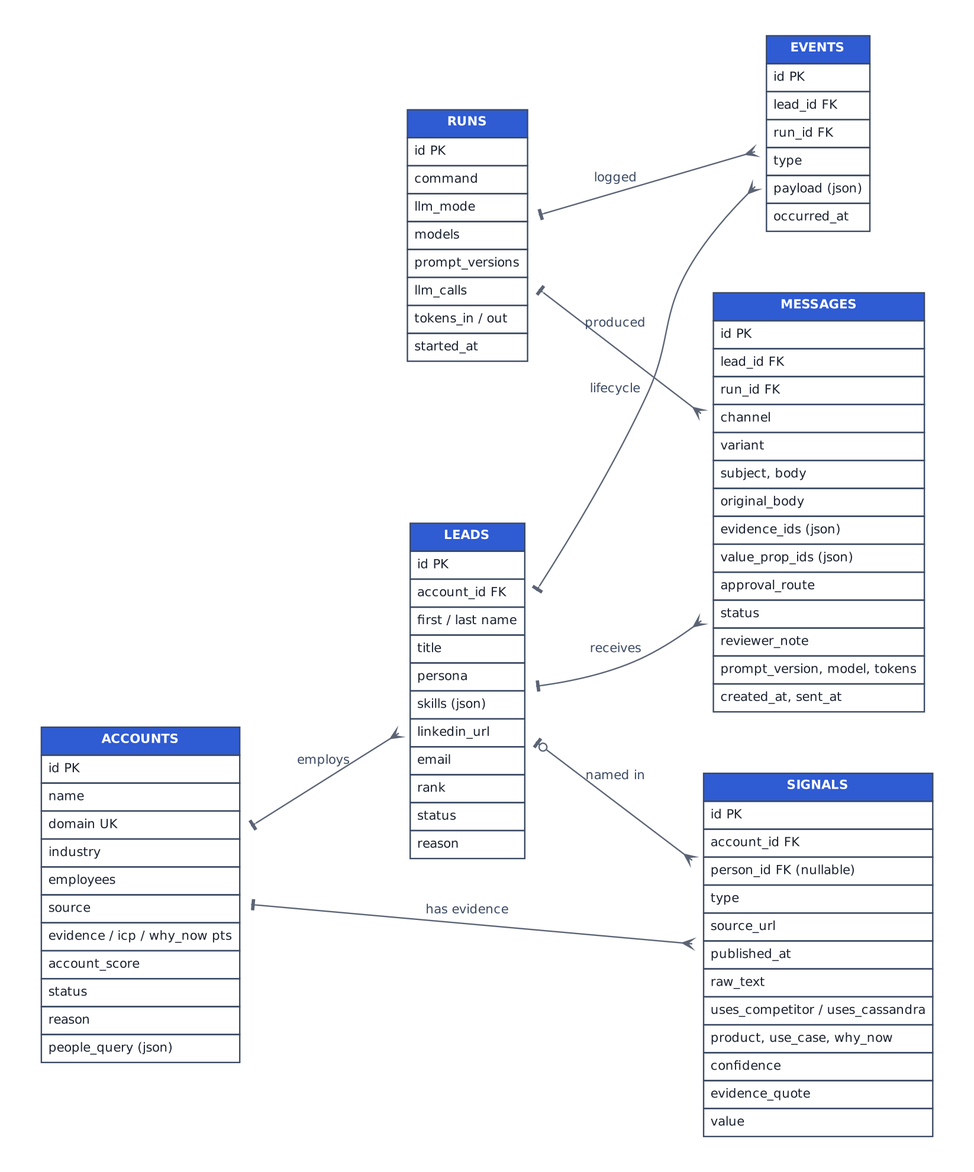
OzShwartz/Scylla-Hunter-POC keeps this Graphviz diagram as docs/diagrams/erd.png. Above is the earlier version. Its source is kept beside it as docs/diagrams/erd.dot. Source of this version:
```dot
digraph G { rankdir=LR;   graph [fontname="DejaVu Sans", fontsize=11, bgcolor="white", pad=0.3, nodesep=0.45, ranksep=0.55];
  node  [fontname="DejaVu Sans", fontsize=10, color="#3b4a63", fontcolor="#1b2230", penwidth=1.2];
  edge  [fontname="DejaVu Sans", fontsize=9, color="#5b6475", fontcolor="#3b4a63", arrowsize=0.7]; nodesep=0.5; ranksep=0.9; node [shape=plaintext, fontsize=9]; edge [dir=both, arrowhead=crow, arrowtail=tee];
RUNS [label=<<TABLE BORDER="0" CELLBORDER="1" CELLSPACING="0" CELLPADDING="4" COLOR="#3b4a63"><TR><TD BGCOLOR="#2f5bd3"><FONT COLOR="white"><B>RUNS</B></FONT></TD></TR><TR><TD ALIGN="LEFT" PORT="0">id PK</TD></TR><TR><TD ALIGN="LEFT" PORT="1">command</TD></TR><TR><TD ALIGN="LEFT" PORT="2">llm_mode</TD></TR><TR><TD ALIGN="LEFT" PORT="3">models</TD></TR><TR><TD ALIGN="LEFT" PORT="4">prompt_versions</TD></TR><TR><TD ALIGN="LEFT" PORT="5">llm_calls</TD></TR><TR><TD ALIGN="LEFT" PORT="6">tokens_in / out</TD></TR><TR><TD ALIGN="LEFT" PORT="7">started_at</TD></TR></TABLE>>];
ACCOUNTS [label=<<TABLE BORDER="0" CELLBORDER="1" CELLSPACING="0" CELLPADDING="4" COLOR="#3b4a63"><TR><TD BGCOLOR="#2f5bd3"><FONT COLOR="white"><B>ACCOUNTS</B></FONT></TD></TR><TR><TD ALIGN="LEFT" PORT="0">id PK</TD></TR><TR><TD ALIGN="LEFT" PORT="1">name</TD></TR><TR><TD ALIGN="LEFT" PORT="2">domain UK</TD></TR><TR><TD ALIGN="LEFT" PORT="3">industry</TD></TR><TR><TD ALIGN="LEFT" PORT="4">employees</TD></TR><TR><TD ALIGN="LEFT" PORT="5">source</TD></TR><TR><TD ALIGN="LEFT" PORT="6">evidence / icp / why_now pts</TD></TR><TR><TD ALIGN="LEFT" PORT="7">account_score</TD></TR><TR><TD ALIGN="LEFT" PORT="8">status</TD></TR><TR><TD ALIGN="LEFT" PORT="9">reason</TD></TR><TR><TD ALIGN="LEFT" PORT="10">people_query (json)</TD></TR></TABLE>>];
SIGNALS [label=<<TABLE BORDER="0" CELLBORDER="1" CELLSPACING="0" CELLPADDING="4" COLOR="#3b4a63"><TR><TD BGCOLOR="#2f5bd3"><FONT COLOR="white"><B>SIGNALS</B></FONT></TD></TR><TR><TD ALIGN="LEFT" PORT="0">id PK</TD></TR><TR><TD ALIGN="LEFT" PORT="1">account_id FK</TD></TR><TR><TD ALIGN="LEFT" PORT="2">person_id FK (nullable)</TD></TR><TR><TD ALIGN="LEFT" PORT="3">type</TD></TR><TR><TD ALIGN="LEFT" PORT="4">source_url</TD></TR><TR><TD ALIGN="LEFT" PORT="5">published_at</TD></TR><TR><TD ALIGN="LEFT" PORT="6">raw_text</TD></TR><TR><TD ALIGN="LEFT" PORT="7">uses_competitor / uses_cassandra</TD></TR><TR><TD ALIGN="LEFT" PORT="8">product, use_case, why_now</TD></TR><TR><TD ALIGN="LEFT" PORT="9">confidence</TD></TR><TR><TD ALIGN="LEFT" PORT="10">evidence_quote</TD></TR><TR><TD ALIGN="LEFT" PORT="11">value</TD></TR></TABLE>>];
LEADS [label=<<TABLE BORDER="0" CELLBORDER="1" CELLSPACING="0" CELLPADDING="4" COLOR="#3b4a63"><TR><TD BGCOLOR="#2f5bd3"><FONT COLOR="white"><B>LEADS</B></FONT></TD></TR><TR><TD ALIGN="LEFT" PORT="0">id PK</TD></TR><TR><TD ALIGN="LEFT" PORT="1">account_id FK</TD></TR><TR><TD ALIGN="LEFT" PORT="2">first / last name</TD></TR><TR><TD ALIGN="LEFT" PORT="3">title</TD></TR><TR><TD ALIGN="LEFT" PORT="4">persona</TD></TR><TR><TD ALIGN="LEFT" PORT="5">skills (json)</TD></TR><TR><TD ALIGN="LEFT" PORT="6">linkedin_url</TD></TR><TR><TD ALIGN="LEFT" PORT="7">email</TD></TR><TR><TD ALIGN="LEFT" PORT="8">rank</TD></TR><TR><TD ALIGN="LEFT" PORT="9">status</TD></TR><TR><TD ALIGN="LEFT" PORT="10">reason</TD></TR></TABLE>>];
MESSAGES [label=<<TABLE BORDER="0" CELLBORDER="1" CELLSPACING="0" CELLPADDING="4" COLOR="#3b4a63"><TR><TD BGCOLOR="#2f5bd3"><FONT COLOR="white"><B>MESSAGES</B></FONT></TD></TR><TR><TD ALIGN="LEFT" PORT="0">id PK</TD></TR><TR><TD ALIGN="LEFT" PORT="1">lead_id FK</TD></TR><TR><TD ALIGN="LEFT" PORT="2">run_id FK</TD></TR><TR><TD ALIGN="LEFT" PORT="3">channel</TD></TR><TR><TD ALIGN="LEFT" PORT="4">variant</TD></TR><TR><TD ALIGN="LEFT" PORT="5">subject, body</TD></TR><TR><TD ALIGN="LEFT" PORT="6">original_body</TD></TR><TR><TD ALIGN="LEFT" PORT="7">evidence_ids (json)</TD></TR><TR><TD ALIGN="LEFT" PORT="8">value_prop_ids (json)</TD></TR><TR><TD ALIGN="LEFT" PORT="9">approval_route</TD></TR><TR><TD ALIGN="LEFT" PORT="10">status</TD></TR><TR><TD ALIGN="LEFT" PORT="11">reviewer_note</TD></TR><TR><TD ALIGN="LEFT" PORT="12">prompt_version, model, tokens</TD></TR><TR><TD ALIGN="LEFT" PORT="13">created_at, sent_at</TD></TR></TABLE>>];
EVENTS [label=<<TABLE BORDER="0" CELLBORDER="1" CELLSPACING="0" CELLPADDING="4" COLOR="#3b4a63"><TR><TD BGCOLOR="#2f5bd3"><FONT COLOR="white"><B>EVENTS</B></FONT></TD></TR><TR><TD ALIGN="LEFT" PORT="0">id PK</TD></TR><TR><TD ALIGN="LEFT" PORT="1">lead_id FK</TD></TR><TR><TD ALIGN="LEFT" PORT="2">run_id FK</TD></TR><TR><TD ALIGN="LEFT" PORT="3">type</TD></TR><TR><TD ALIGN="LEFT" PORT="4">payload (json)</TD></TR><TR><TD ALIGN="LEFT" PORT="5">occurred_at</TD></TR></TABLE>>];
ACCOUNTS -> SIGNALS [label="has evidence"];
ACCOUNTS -> LEADS [label="employs"];
LEADS -> SIGNALS [label="named in", arrowtail=teeodot];
LEADS -> MESSAGES [label="receives"];
LEADS -> EVENTS [label="lifecycle"];
RUNS -> MESSAGES [label="produced"];
RUNS -> EVENTS [label="logged"];
}
```
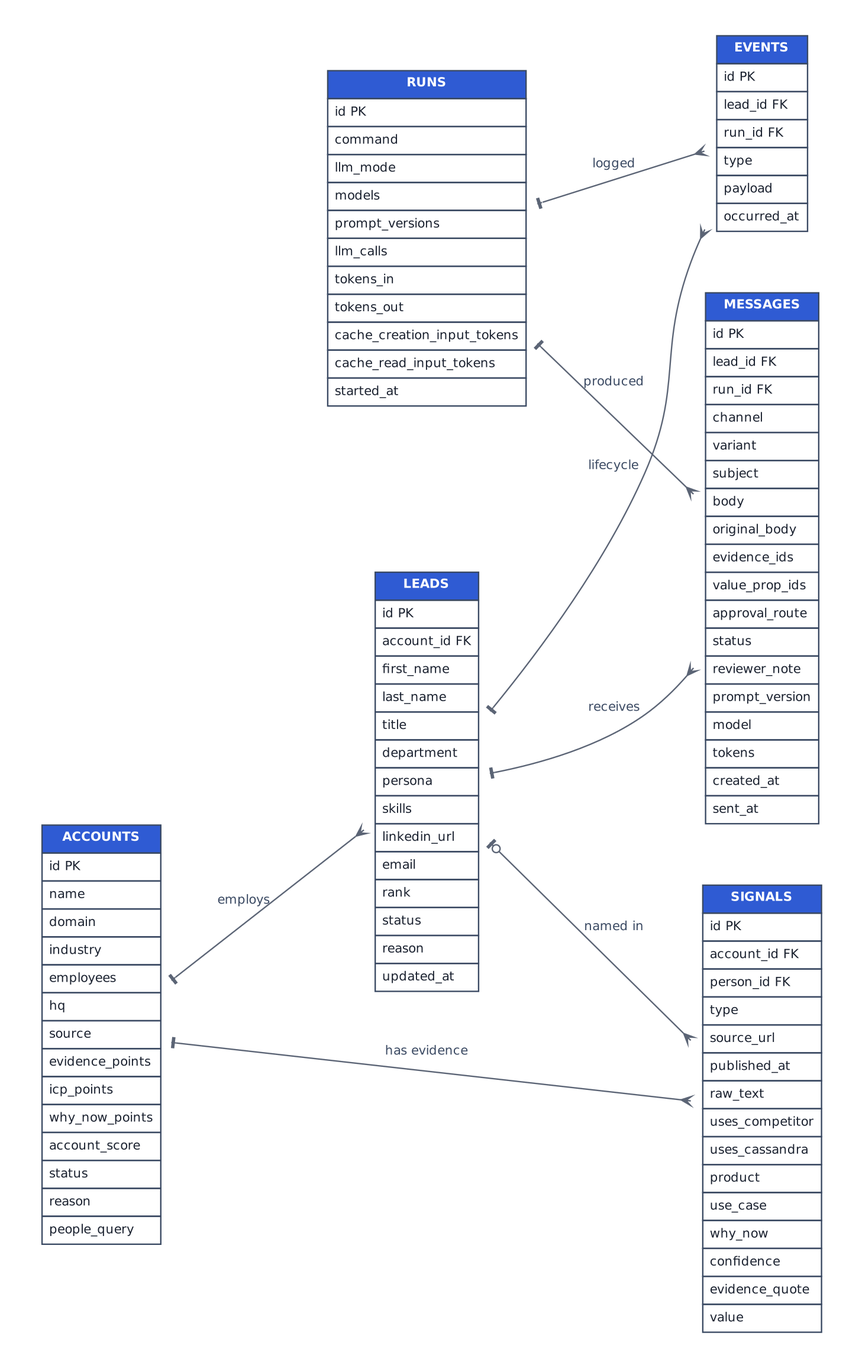
Above is the later version.

What changed in the source:
```diff
@@ -1,12 +1,12 @@
-digraph G { rankdir=LR;   graph [fontname="DejaVu Sans", fontsize=11, bgcolor="white", pad=0.3, nodesep=0.45, ranksep=0.55];
+digraph G { rankdir=LR; graph [fontname="DejaVu Sans", fontsize=11, bgcolor="white", pad=0.3, nodesep=0.45, ranksep=0.55];
   node  [fontname="DejaVu Sans", fontsize=10, color="#3b4a63", fontcolor="#1b2230", penwidth=1.2];
   edge  [fontname="DejaVu Sans", fontsize=9, color="#5b6475", fontcolor="#3b4a63", arrowsize=0.7]; nodesep=0.5; ranksep=0.9; node [shape=plaintext, fontsize=9]; edge [dir=both, arrowhead=crow, arrowtail=tee];
-RUNS [label=<<TABLE BORDER="0" CELLBORDER="1" CELLSPACING="0" CELLPADDING="4" COLOR="#3b4a63"><TR><TD BGCOLOR="#2f5bd3"><FONT COLOR="white"><B>RUNS</B></FONT></TD></TR><TR><TD ALIGN="LEFT" PORT="0">id PK</TD></TR><TR><TD ALIGN="LEFT" PORT="1">command</TD></TR><TR><TD ALIGN="LEFT" PORT="2">llm_mode</TD></TR><TR><TD ALIGN="LEFT" PORT="3">models</TD></TR><TR><TD ALIGN="LEFT" PORT="4">prompt_versions</TD></TR><TR><TD ALIGN="LEFT" PORT="5">llm_calls</TD></TR><TR><TD ALIGN="LEFT" PORT="6">tokens_in / out</TD></TR><TR><TD ALIGN="LEFT" PORT="7">started_at</TD></TR></TABLE>>];
-ACCOUNTS [label=<<TABLE BORDER="0" CELLBORDER="1" CELLSPACING="0" CELLPADDING="4" COLOR="#3b4a63"><TR><TD BGCOLOR="#2f5bd3"><FONT COLOR="white"><B>ACCOUNTS</B></FONT></TD></TR><TR><TD ALIGN="LEFT" PORT="0">id PK</TD></TR><TR><TD ALIGN="LEFT" PORT="1">name</TD></TR><TR><TD ALIGN="LEFT" PORT="2">domain UK</TD></TR><TR><TD ALIGN="LEFT" PORT="3">industry</TD></TR><TR><TD ALIGN="LEFT" PORT="4">employees</TD></TR><TR><TD ALIGN="LEFT" PORT="5">source</TD></TR><TR><TD ALIGN="LEFT" PORT="6">evidence / icp / why_now pts</TD></TR><TR><TD ALIGN="LEFT" PORT="7">account_score</TD></TR><TR><TD ALIGN="LEFT" PORT="8">status</TD></TR><TR><TD ALIGN="LEFT" PORT="9">reason</TD></TR><TR><TD ALIGN="LEFT" PORT="10">people_query (json)</TD></TR></TABLE>>];
-SIGNALS [label=<<TABLE BORDER="0" CELLBORDER="1" CELLSPACING="0" CELLPADDING="4" COLOR="#3b4a63"><TR><TD BGCOLOR="#2f5bd3"><FONT COLOR="white"><B>SIGNALS</B></FONT></TD></TR><TR><TD ALIGN="LEFT" PORT="0">id PK</TD></TR><TR><TD ALIGN="LEFT" PORT="1">account_id FK</TD></TR><TR><TD ALIGN="LEFT" PORT="2">person_id FK (nullable)</TD></TR><TR><TD ALIGN="LEFT" PORT="3">type</TD></TR><TR><TD ALIGN="LEFT" PORT="4">source_url</TD></TR><TR><TD ALIGN="LEFT" PORT="5">published_at</TD></TR><TR><TD ALIGN="LEFT" PORT="6">raw_text</TD></TR><TR><TD ALIGN="LEFT" PORT="7">uses_competitor / uses_cassandra</TD></TR><TR><TD ALIGN="LEFT" PORT="8">product, use_case, why_now</TD></TR><TR><TD ALIGN="LEFT" PORT="9">confidence</TD></TR><TR><TD ALIGN="LEFT" PORT="10">evidence_quote</TD></TR><TR><TD ALIGN="LEFT" PORT="11">value</TD></TR></TABLE>>];
-LEADS [label=<<TABLE BORDER="0" CELLBORDER="1" CELLSPACING="0" CELLPADDING="4" COLOR="#3b4a63"><TR><TD BGCOLOR="#2f5bd3"><FONT COLOR="white"><B>LEADS</B></FONT></TD></TR><TR><TD ALIGN="LEFT" PORT="0">id PK</TD></TR><TR><TD ALIGN="LEFT" PORT="1">account_id FK</TD></TR><TR><TD ALIGN="LEFT" PORT="2">first / last name</TD></TR><TR><TD ALIGN="LEFT" PORT="3">title</TD></TR><TR><TD ALIGN="LEFT" PORT="4">persona</TD></TR><TR><TD ALIGN="LEFT" PORT="5">skills (json)</TD></TR><TR><TD ALIGN="LEFT" PORT="6">linkedin_url</TD></TR><TR><TD ALIGN="LEFT" PORT="7">email</TD></TR><TR><TD ALIGN="LEFT" PORT="8">rank</TD></TR><TR><TD ALIGN="LEFT" PORT="9">status</TD></TR><TR><TD ALIGN="LEFT" PORT="10">reason</TD></TR></TABLE>>];
-MESSAGES [label=<<TABLE BORDER="0" CELLBORDER="1" CELLSPACING="0" CELLPADDING="4" COLOR="#3b4a63"><TR><TD BGCOLOR="#2f5bd3"><FONT COLOR="white"><B>MESSAGES</B></FONT></TD></TR><TR><TD ALIGN="LEFT" PORT="0">id PK</TD></TR><TR><TD ALIGN="LEFT" PORT="1">lead_id FK</TD></TR><TR><TD ALIGN="LEFT" PORT="2">run_id FK</TD></TR><TR><TD ALIGN="LEFT" PORT="3">channel</TD></TR><TR><TD ALIGN="LEFT" PORT="4">variant</TD></TR><TR><TD ALIGN="LEFT" PORT="5">subject, body</TD></TR><TR><TD ALIGN="LEFT" PORT="6">original_body</TD></TR><TR><TD ALIGN="LEFT" PORT="7">evidence_ids (json)</TD></TR><TR><TD ALIGN="LEFT" PORT="8">value_prop_ids (json)</TD></TR><TR><TD ALIGN="LEFT" PORT="9">approval_route</TD></TR><TR><TD ALIGN="LEFT" PORT="10">status</TD></TR><TR><TD ALIGN="LEFT" PORT="11">reviewer_note</TD></TR><TR><TD ALIGN="LEFT" PORT="12">prompt_version, model, tokens</TD></TR><TR><TD ALIGN="LEFT" PORT="13">created_at, sent_at</TD></TR></TABLE>>];
-EVENTS [label=<<TABLE BORDER="0" CELLBORDER="1" CELLSPACING="0" CELLPADDING="4" COLOR="#3b4a63"><TR><TD BGCOLOR="#2f5bd3"><FONT COLOR="white"><B>EVENTS</B></FONT></TD></TR><TR><TD ALIGN="LEFT" PORT="0">id PK</TD></TR><TR><TD ALIGN="LEFT" PORT="1">lead_id FK</TD></TR><TR><TD ALIGN="LEFT" PORT="2">run_id FK</TD></TR><TR><TD ALIGN="LEFT" PORT="3">type</TD></TR><TR><TD ALIGN="LEFT" PORT="4">payload (json)</TD></TR><TR><TD ALIGN="LEFT" PORT="5">occurred_at</TD></TR></TABLE>>];
+RUNS [label=<<TABLE BORDER="0" CELLBORDER="1" CELLSPACING="0" CELLPADDING="4" COLOR="#3b4a63"><TR><TD BGCOLOR="#2f5bd3"><FONT COLOR="white"><B>RUNS</B></FONT></TD></TR><TR><TD ALIGN="LEFT">id PK</TD></TR><TR><TD ALIGN="LEFT">command</TD></TR><TR><TD ALIGN="LEFT">llm_mode</TD></TR><TR><TD ALIGN="LEFT">models</TD></TR><TR><TD ALIGN="LEFT">prompt_versions</TD></TR><TR><TD ALIGN="LEFT">llm_calls</TD></TR><TR><TD ALIGN="LEFT">tokens_in</TD></TR><TR><TD ALIGN="LEFT">tokens_out</TD></TR><TR><TD ALIGN="LEFT">cache_creation_input_tokens</TD></TR><TR><TD ALIGN="LEFT">cache_read_input_tokens</TD></TR><TR><TD ALIGN="LEFT">started_at</TD></TR></TABLE>>];
+ACCOUNTS [label=<<TABLE BORDER="0" CELLBORDER="1" CELLSPACING="0" CELLPADDING="4" COLOR="#3b4a63"><TR><TD BGCOLOR="#2f5bd3"><FONT COLOR="white"><B>ACCOUNTS</B></FONT></TD></TR><TR><TD ALIGN="LEFT">id PK</TD></TR><TR><TD ALIGN="LEFT">name</TD></TR><TR><TD ALIGN="LEFT">domain</TD></TR><TR><TD ALIGN="LEFT">industry</TD></TR><TR><TD ALIGN="LEFT">employees</TD></TR><TR><TD ALIGN="LEFT">hq</TD></TR><TR><TD ALIGN="LEFT">source</TD></TR><TR><TD ALIGN="LEFT">evidence_points</TD></TR><TR><TD ALIGN="LEFT">icp_points</TD></TR><TR><TD ALIGN="LEFT">why_now_points</TD></TR><TR><TD ALIGN="LEFT">account_score</TD></TR><TR><TD ALIGN="LEFT">status</TD></TR><TR><TD ALIGN="LEFT">reason</TD></TR><TR><TD ALIGN="LEFT">people_query</TD></TR></TABLE>>];
+SIGNALS [label=<<TABLE BORDER="0" CELLBORDER="1" CELLSPACING="0" CELLPADDING="4" COLOR="#3b4a63"><TR><TD BGCOLOR="#2f5bd3"><FONT COLOR="white"><B>SIGNALS</B></FONT></TD></TR><TR><TD ALIGN="LEFT">id PK</TD></TR><TR><TD ALIGN="LEFT">account_id FK</TD></TR><TR><TD ALIGN="LEFT">person_id FK</TD></TR><TR><TD ALIGN="LEFT">type</TD></TR><TR><TD ALIGN="LEFT">source_url</TD></TR><TR><TD ALIGN="LEFT">published_at</TD></TR><TR><TD ALIGN="LEFT">raw_text</TD></TR><TR><TD ALIGN="LEFT">uses_competitor</TD></TR><TR><TD ALIGN="LEFT">uses_cassandra</TD></TR><TR><TD ALIGN="LEFT">product</TD></TR><TR><TD ALIGN="LEFT">use_case</TD></TR><TR><TD ALIGN="LEFT">why_now</TD></TR><TR><TD ALIGN="LEFT">confidence</TD></TR><TR><TD ALIGN="LEFT">evidence_quote</TD></TR><TR><TD ALIGN="LEFT">value</TD></TR></TABLE>>];
+LEADS [label=<<TABLE BORDER="0" CELLBORDER="1" CELLSPACING="0" CELLPADDING="4" COLOR="#3b4a63"><TR><TD BGCOLOR="#2f5bd3"><FONT COLOR="white"><B>LEADS</B></FONT></TD></TR><TR><TD ALIGN="LEFT">id PK</TD></TR><TR><TD ALIGN="LEFT">account_id FK</TD></TR><TR><TD ALIGN="LEFT">first_name</TD></TR><TR><TD ALIGN="LEFT">last_name</TD></TR><TR><TD ALIGN="LEFT">title</TD></TR><TR><TD ALIGN="LEFT">department</TD></TR><TR><TD ALIGN="LEFT">persona</TD></TR><TR><TD ALIGN="LEFT">skills</TD></TR><TR><TD ALIGN="LEFT">linkedin_url</TD></TR><TR><TD ALIGN="LEFT">email</TD></TR><TR><TD ALIGN="LEFT">rank</TD></TR><TR><TD ALIGN="LEFT">status</TD></TR><TR><TD ALIGN="LEFT">reason</TD></TR><TR><TD ALIGN="LEFT">updated_at</TD></TR></TABLE>>];
+MESSAGES [label=<<TABLE BORDER="0" CELLBORDER="1" CELLSPACING="0" CELLPADDING="4" COLOR="#3b4a63"><TR><TD BGCOLOR="#2f5bd3"><FONT COLOR="white"><B>MESSAGES</B></FONT></TD></TR><TR><TD ALIGN="LEFT">id PK</TD></TR><TR><TD ALIGN="LEFT">lead_id FK</TD></TR><TR><TD ALIGN="LEFT">run_id FK</TD></TR><TR><TD ALIGN="LEFT">channel</TD></TR><TR><TD ALIGN="LEFT">variant</TD></TR><TR><TD ALIGN="LEFT">subject</TD></TR><TR><TD ALIGN="LEFT">body</TD></TR><TR><TD ALIGN="LEFT">original_body</TD></TR><TR><TD ALIGN="LEFT">evidence_ids</TD></TR><TR><TD ALIGN="LEFT">value_prop_ids</TD></TR><TR><TD ALIGN="LEFT">approval_route</TD></TR><TR><TD ALIGN="LEFT">status</TD></TR><TR><TD ALIGN="LEFT">reviewer_note</TD></TR><TR><TD ALIGN="LEFT">prompt_version</TD></TR><TR><TD ALIGN="LEFT">model</TD></TR><TR><TD ALIGN="LEFT">tokens</TD></TR><TR><TD ALIGN="LEFT">created_at</TD></TR><TR><TD ALIGN="LEFT">sent_at</TD></TR></TABLE>>];
+EVENTS [label=<<TABLE BORDER="0" CELLBORDER="1" CELLSPACING="0" CELLPADDING="4" COLOR="#3b4a63"><TR><TD BGCOLOR="#2f5bd3"><FONT COLOR="white"><B>EVENTS</B></FONT></TD></TR><TR><TD ALIGN="LEFT">id PK</TD></TR><TR><TD ALIGN="LEFT">lead_id FK</TD></TR><TR><TD ALIGN="LEFT">run_id FK</TD></TR><TR><TD ALIGN="LEFT">type</TD></TR><TR><TD ALIGN="LEFT">payload</TD></TR><TR><TD ALIGN="LEFT">occurred_at</TD></TR></TABLE>>];
 ACCOUNTS -> SIGNALS [label="has evidence"];
 ACCOUNTS -> LEADS [label="employs"];
 LEADS -> SIGNALS [label="named in", arrowtail=teeodot];
```
